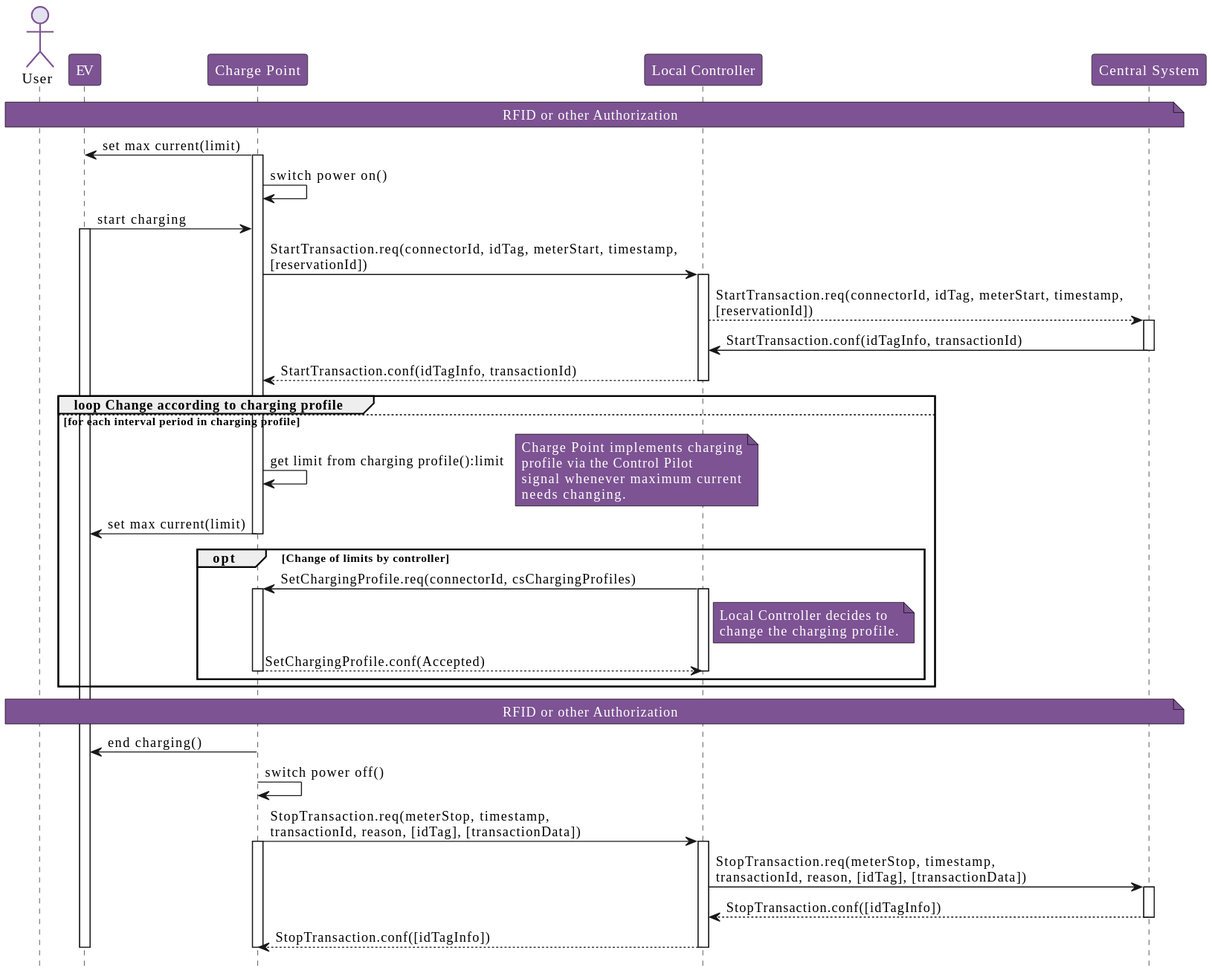
Before: OCPP_1.6_ko/images/figure_11.svg, a diagram exported from PlantUML (phoi5675/ocpp-markdown). Its diagram source:
```plantuml
@startuml
!include style.puml

actor "User" as User
participant "EV" as EV
participant "Charge Point" as ChargePoint
participant "Local Controller" as LocalController
participant "Central System" as CentralSystem

note over User, CentralSystem
  RFID or other Authorization
end note

ChargePoint -> EV : set max current(limit)
activate ChargePoint

ChargePoint -> ChargePoint : switch power on()

EV -> ChargePoint : start charging
activate EV

ChargePoint -> LocalController :   StartTransaction.req(connectorId, idTag, meterStart, timestamp,  \n[reservationId])

activate LocalController
LocalController --> CentralSystem :   StartTransaction.req(connectorId, idTag, meterStart, timestamp,  \n[reservationId])
activate CentralSystem

CentralSystem -> LocalController : StartTransaction.conf(idTagInfo, transactionId)
deactivate CentralSystem

LocalController --> ChargePoint : StartTransaction.conf(idTagInfo, transactionId)
deactivate LocalController

group loop Change according to charging profile
else for each interval period in charging profile

  ChargePoint -> ChargePoint : get limit from charging profile():limit
  note right
    Charge Point implements charging
    profile via the Control Pilot
    signal whenever maximum current
    needs changing.
  end note

  ChargePoint -> EV : set max current(limit)
  deactivate ChargePoint

  opt Change of limits by controller
    LocalController -> ChargePoint :      SetChargingProfile.req(connectorId, csChargingProfiles)
    activate LocalController
    activate ChargePoint

    note right of LocalController
      Local Controller decides to
      change the charging profile.
    end note

    ChargePoint --> LocalController : SetChargingProfile.conf(Accepted)
    deactivate ChargePoint
    deactivate LocalController
  end
end

note over User, CentralSystem
  RFID or other Authorization
end note

ChargePoint -> EV : end charging()

ChargePoint -> ChargePoint : switch power off()

ChargePoint -> LocalController :   StopTransaction.req(meterStop, timestamp,  \ntransactionId, reason, [idTag], [transactionData])
activate ChargePoint
activate LocalController

LocalController -> CentralSystem :   StopTransaction.req(meterStop, timestamp,  \ntransactionId, reason, [idTag], [transactionData])
activate CentralSystem

CentralSystem --> LocalController : StopTransaction.conf([idTagInfo])
deactivate CentralSystem

LocalController --> ChargePoint : StopTransaction.conf([idTagInfo])
deactivate LocalController
deactivate ChargePoint
deactivate EV
@enduml
```
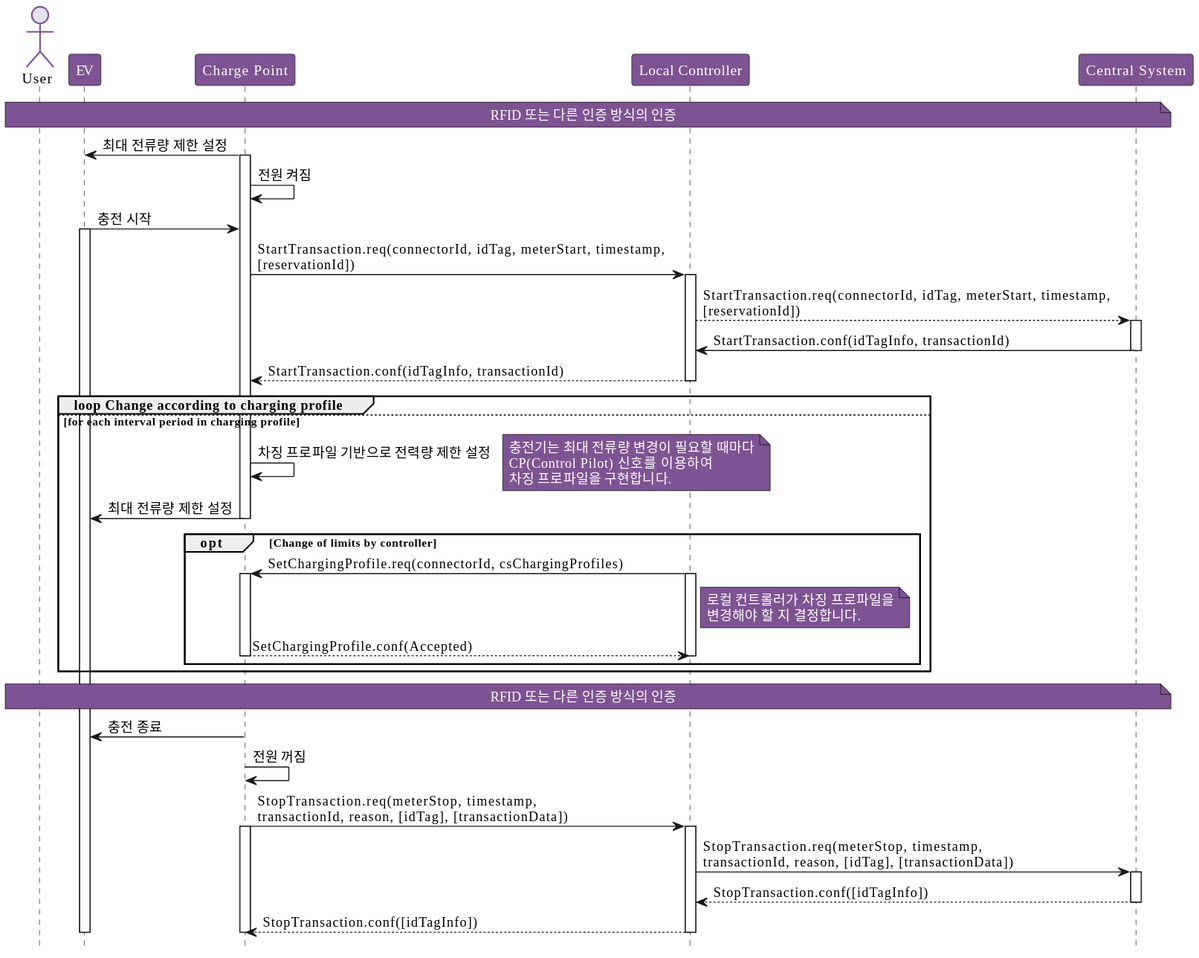
The same file after the commit.

The edit, as a diff of the source:
```diff
@@ -8,15 +8,15 @@
 participant "Central System" as CentralSystem
 
 note over User, CentralSystem
-  RFID or other Authorization
+  RFID 또는 다른 인증 방식의 인증
 end note
 
-ChargePoint -> EV : set max current(limit)
+ChargePoint -> EV : 최대 전류량 제한 설정
 activate ChargePoint
 
-ChargePoint -> ChargePoint : switch power on()
+ChargePoint -> ChargePoint : 전원 켜짐
 
-EV -> ChargePoint : start charging
+EV -> ChargePoint : 충전 시작
 activate EV
 
 ChargePoint -> LocalController :   StartTransaction.req(connectorId, idTag, meterStart, timestamp,  \n[reservationId])
@@ -34,15 +34,14 @@
 group loop Change according to charging profile
 else for each interval period in charging profile
 
-  ChargePoint -> ChargePoint : get limit from charging profile():limit
+  ChargePoint -> ChargePoint : 차징 프로파일 기반으로 전력량 제한 설정
   note right
-    Charge Point implements charging
-    profile via the Control Pilot
-    signal whenever maximum current
-    needs changing.
+    충전기는 최대 전류량 변경이 필요할 때마다
+    CP(Control Pilot) 신호를 이용하여
+    차징 프로파일을 구현합니다.
   end note
 
-  ChargePoint -> EV : set max current(limit)
+  ChargePoint -> EV : 최대 전류량 제한 설정
   deactivate ChargePoint
 
   opt Change of limits by controller
@@ -51,8 +50,8 @@
     activate ChargePoint
 
     note right of LocalController
-      Local Controller decides to
-      change the charging profile.
+      로컬 컨트롤러가 차징 프로파일을
+      변경해야 할 지 결정합니다.
     end note
 
     ChargePoint --> LocalController : SetChargingProfile.conf(Accepted)
@@ -62,12 +61,12 @@
 end
 
 note over User, CentralSystem
-  RFID or other Authorization
+  RFID 또는 다른 인증 방식의 인증
 end note
 
-ChargePoint -> EV : end charging()
+ChargePoint -> EV : 충전 종료
 
-ChargePoint -> ChargePoint : switch power off()
+ChargePoint -> ChargePoint : 전원 꺼짐
 
 ChargePoint -> LocalController :   StopTransaction.req(meterStop, timestamp,  \ntransactionId, reason, [idTag], [transactionData])
 activate ChargePoint
```
